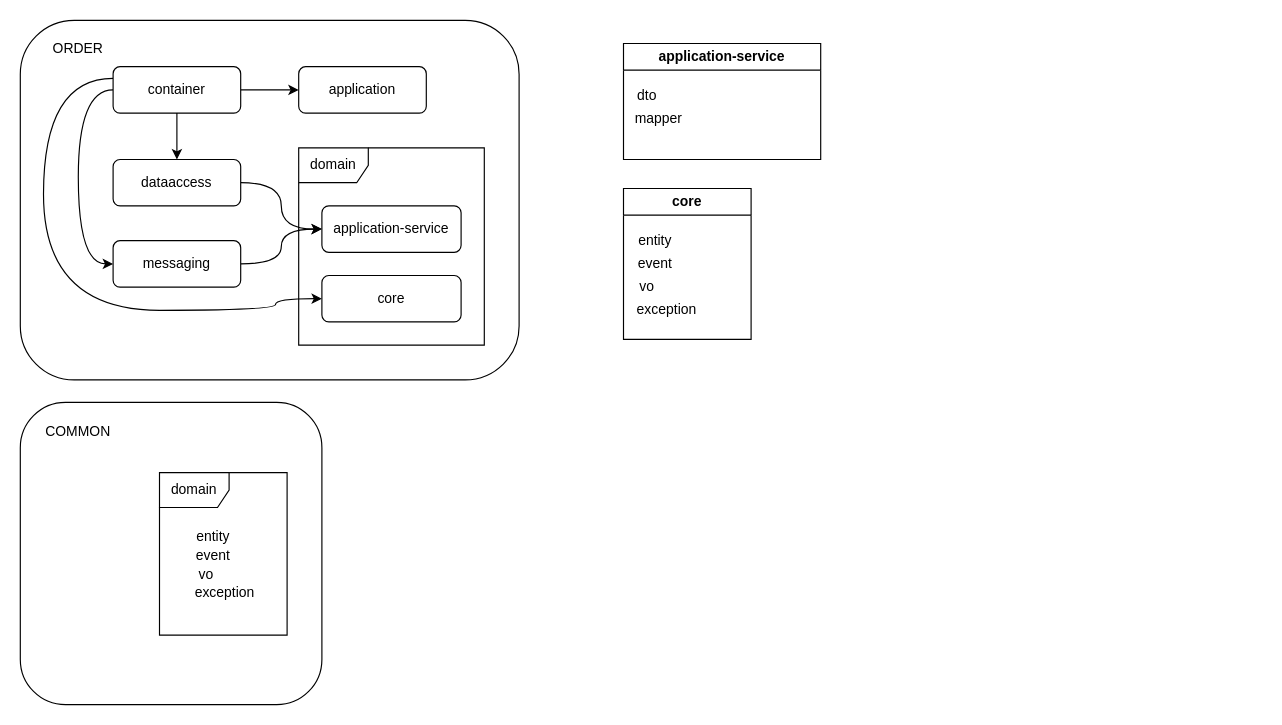
This is jays-fos-blueprint1.drawio from jays-codes/diagrams, a draw.io file, before an edit. Source tidied: cells renumbered, new cells numbered last; positions are measured from the earlier drawing's top-left corner, leaving out a move shared by most shapes. Both pictures are drawn from the tidied source at 116%, with x=0, y=0 at pixel (20, 20).
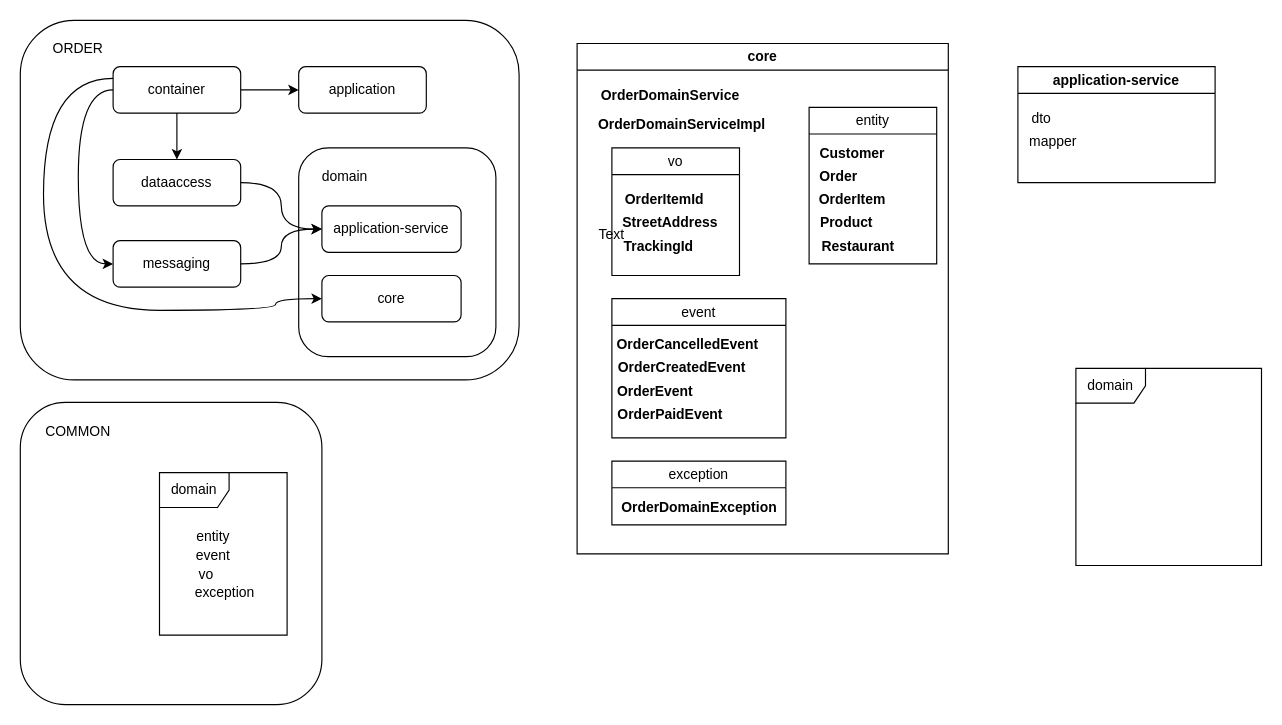
After the change.

Unchanged cells that the change refers to:
```xml
<mxCell id="18" value="dataaccess" style="rounded=1;whiteSpace=wrap;html=1;" parent="1" vertex="1">
  <mxGeometry x="80" y="120" width="110" height="40" as="geometry" />
</mxCell>
<mxCell id="20" value="messaging" style="rounded=1;whiteSpace=wrap;html=1;" parent="1" vertex="1">
  <mxGeometry x="80" y="190" width="110" height="40" as="geometry" />
</mxCell>
```

The edit, as a diff of the source:
```diff
@@
     <mxCell id="2" value="application-service" style="swimlane;whiteSpace=wrap;html=1;" parent="1" vertex="1">
-      <mxGeometry x="520" y="20" width="170" height="100" as="geometry" />
+      <mxGeometry x="860" y="40" width="170" height="100" as="geometry" />
     </mxCell>
@@
-    <mxCell id="5" value="core" style="swimlane;whiteSpace=wrap;html=1;" parent="1" vertex="1">
-      <mxGeometry x="520" y="145" width="110" height="130" as="geometry" />
-    </mxCell>
-    <mxCell id="6" value="entity" style="text;html=1;align=center;verticalAlign=middle;strokeColor=none;fillColor=none;" parent="5" vertex="1">
-      <mxGeometry x="2" y="30" width="50" height="30" as="geometry" />
-    </mxCell>
-    <mxCell id="7" value="event" style="text;html=1;align=center;verticalAlign=middle;strokeColor=none;fillColor=none;" parent="5" vertex="1">
-      <mxGeometry x="2" y="50" width="50" height="30" as="geometry" />
-    </mxCell>
-    <mxCell id="8" value="vo" style="text;html=1;align=center;verticalAlign=middle;strokeColor=none;fillColor=none;" parent="5" vertex="1">
-      <mxGeometry y="70" width="40" height="30" as="geometry" />
-    </mxCell>
-    <mxCell id="9" value="exception" style="text;html=1;align=center;verticalAlign=middle;strokeColor=none;fillColor=none;" parent="5" vertex="1">
-      <mxGeometry x="2" y="90" width="70" height="30" as="geometry" />
-    </mxCell>
@@
-    <mxCell id="14" style="edgeStyle=orthogonalEdgeStyle;rounded=0;orthogonalLoop=1;jettySize=auto;html=1;exitX=0;exitY=0.5;exitDx=0;exitDy=0;curved=1;" parent="1" edge="1">
-      <mxGeometry relative="1" as="geometry">
-        <mxPoint x="80" y="50" as="sourcePoint" />
-        <mxPoint x="260" y="240" as="targetPoint" />
-        <Array as="points">
-          <mxPoint x="20" y="50" />
-          <mxPoint x="20" y="250" />
-          <mxPoint x="220" y="250" />
-          <mxPoint x="220" y="240" />
-        </Array>
-      </mxGeometry>
-    </mxCell>
@@
-    <mxCell id="17" style="edgeStyle=orthogonalEdgeStyle;rounded=0;jettySize=auto;html=1;exitX=1;exitY=0.5;exitDx=0;exitDy=0;entryX=0;entryY=0.5;entryDx=0;entryDy=0;curved=1;" parent="1" edge="1" source="18" target="23">
-      <mxGeometry relative="1" as="geometry" />
-    </mxCell>
@@
-    <mxCell id="19" style="edgeStyle=orthogonalEdgeStyle;rounded=0;jettySize=auto;html=1;exitX=1;exitY=0.5;exitDx=0;exitDy=0;curved=1;entryX=0;entryY=0.5;entryDx=0;entryDy=0;" parent="1" edge="1" source="20" target="23">
-      <mxGeometry relative="1" as="geometry" />
-    </mxCell>
@@
-    <mxCell id="21" style="group;" parent="1" vertex="1">
-      <mxGeometry x="240" y="110" width="160" height="170" as="geometry" />
-    </mxCell>
-    <mxCell id="22" value="core" style="rounded=1;whiteSpace=wrap;html=1;" parent="21" vertex="1">
-      <mxGeometry x="20" y="110" width="120" height="40" as="geometry" />
-    </mxCell>
-    <mxCell id="23" value="application-service" style="rounded=1;whiteSpace=wrap;html=1;" parent="21" vertex="1">
-      <mxGeometry x="20" y="50" width="120" height="40" as="geometry" />
-    </mxCell>
-    <mxCell id="24" value="domain" style="shape=umlFrame;whiteSpace=wrap;html=1;" parent="21" vertex="1">
-      <mxGeometry width="160" height="170" as="geometry" />
-    </mxCell>
@@
+    <mxCell id="34" style="rounded=1;whiteSpace=wrap;html=1;" parent="1" vertex="1">
+      <mxGeometry x="240" y="110" width="170" height="180" as="geometry" />
+    </mxCell>
@@
+    <mxCell id="5" value="core" style="swimlane;whiteSpace=wrap;html=1;" parent="1" vertex="1">
+      <mxGeometry x="480" y="20" width="320" height="440" as="geometry" />
+    </mxCell>
+    <mxCell id="8" value="&lt;span style=&quot;font-weight: normal;&quot;&gt;vo&lt;/span&gt;" style="swimlane;whiteSpace=wrap;html=1;align=center;" parent="5" vertex="1">
+      <mxGeometry x="30" y="90" width="110" height="110" as="geometry" />
+    </mxCell>
+    <mxCell id="35" value="OrderItemId" style="text;html=1;align=center;verticalAlign=middle;strokeColor=none;fillColor=none;fontStyle=1;" parent="8" vertex="1">
+      <mxGeometry y="30" width="90" height="30" as="geometry" />
+    </mxCell>
+    <mxCell id="36" value="TrackingId" style="text;html=1;align=center;verticalAlign=middle;strokeColor=none;fillColor=none;fontStyle=1;" parent="8" vertex="1">
+      <mxGeometry y="70" width="80" height="30" as="geometry" />
+    </mxCell>
+    <mxCell id="37" value="StreetAddress" style="text;html=1;align=center;verticalAlign=middle;strokeColor=none;fillColor=none;fontStyle=1;" parent="8" vertex="1">
+      <mxGeometry y="50" width="100" height="30" as="geometry" />
+    </mxCell>
+    <mxCell id="7" value="&lt;span style=&quot;font-weight: normal;&quot;&gt;event&lt;/span&gt;" style="swimlane;whiteSpace=wrap;html=1;align=center;" parent="5" vertex="1">
+      <mxGeometry x="30" y="220" width="150" height="120" as="geometry" />
+    </mxCell>
+    <mxCell id="38" value="OrderCancelledEvent" style="text;html=1;align=center;verticalAlign=middle;strokeColor=none;fillColor=none;fontStyle=1;" parent="7" vertex="1">
+      <mxGeometry x="-5" y="25" width="140" height="30" as="geometry" />
+    </mxCell>
+    <mxCell id="39" value="OrderEvent" style="text;html=1;align=center;verticalAlign=middle;strokeColor=none;fillColor=none;fontStyle=1;" parent="7" vertex="1">
+      <mxGeometry x="-3" y="65" width="80" height="30" as="geometry" />
+    </mxCell>
+    <mxCell id="40" value="OrderCreatedEvent" style="text;html=1;align=center;verticalAlign=middle;strokeColor=none;fillColor=none;fontStyle=1;" parent="7" vertex="1">
+      <mxGeometry x="-5" y="45" width="130" height="30" as="geometry" />
+    </mxCell>
+    <mxCell id="41" value="OrderPaidEvent" style="text;html=1;align=center;verticalAlign=middle;strokeColor=none;fillColor=none;fontStyle=1;" parent="7" vertex="1">
+      <mxGeometry x="-5" y="85" width="110" height="30" as="geometry" />
+    </mxCell>
+    <mxCell id="9" value="&lt;span style=&quot;font-weight: normal;&quot;&gt;exception&lt;/span&gt;" style="swimlane;whiteSpace=wrap;html=1;align=center;" parent="5" vertex="1">
+      <mxGeometry x="30" y="360" width="150" height="55" as="geometry" />
+    </mxCell>
+    <mxCell id="42" value="OrderDomainException" style="text;html=1;align=center;verticalAlign=middle;strokeColor=none;fillColor=none;fontStyle=1;" parent="9" vertex="1">
+      <mxGeometry y="25" width="150" height="30" as="geometry" />
+    </mxCell>
+    <mxCell id="6" value="&lt;span style=&quot;font-weight: normal;&quot;&gt;entity&lt;/span&gt;" style="swimlane;whiteSpace=wrap;html=1;align=center;" parent="5" vertex="1">
+      <mxGeometry x="200" y="55" width="110" height="135" as="geometry" />
+    </mxCell>
+    <mxCell id="43" value="Customer" style="text;html=1;align=center;verticalAlign=middle;strokeColor=none;fillColor=none;fontStyle=1;" parent="6" vertex="1">
+      <mxGeometry x="-3" y="25" width="80" height="30" as="geometry" />
+    </mxCell>
+    <mxCell id="44" value="OrderItem" style="text;html=1;align=center;verticalAlign=middle;strokeColor=none;fillColor=none;fontStyle=1;" parent="6" vertex="1">
+      <mxGeometry x="-3" y="65" width="80" height="30" as="geometry" />
+    </mxCell>
+    <mxCell id="45" value="Order" style="text;html=1;align=center;verticalAlign=middle;strokeColor=none;fillColor=none;fontStyle=1;" parent="6" vertex="1">
+      <mxGeometry y="45" width="50" height="30" as="geometry" />
+    </mxCell>
+    <mxCell id="46" value="Product" style="text;html=1;align=center;verticalAlign=middle;strokeColor=none;fillColor=none;fontStyle=1;" parent="6" vertex="1">
+      <mxGeometry x="2" y="85" width="60" height="30" as="geometry" />
+    </mxCell>
+    <mxCell id="47" value="Restaurant" style="text;html=1;align=center;verticalAlign=middle;strokeColor=none;fillColor=none;fontStyle=1;" parent="6" vertex="1">
+      <mxGeometry x="2" y="105" width="80" height="30" as="geometry" />
+    </mxCell>
+    <mxCell id="48" value="OrderDomainService" style="text;html=1;align=center;verticalAlign=middle;strokeColor=none;fillColor=none;fontStyle=1;" parent="5" vertex="1">
+      <mxGeometry x="10" y="30" width="140" height="30" as="geometry" />
+    </mxCell>
+    <mxCell id="49" value="OrderDomainServiceImpl" style="text;html=1;align=center;verticalAlign=middle;strokeColor=none;fillColor=none;fontStyle=1;" parent="5" vertex="1">
+      <mxGeometry x="10" y="55" width="160" height="30" as="geometry" />
+    </mxCell>
+    <mxCell id="50" value="Text" style="text;html=1;align=center;verticalAlign=middle;whiteSpace=wrap;rounded=0;" parent="1" vertex="1">
+      <mxGeometry x="480" y="170" width="60" height="30" as="geometry" />
+    </mxCell>
+    <mxCell id="51" style="group;" parent="1" vertex="1">
+      <mxGeometry x="870" y="150" width="200" height="320" as="geometry" />
+    </mxCell>
+    <mxCell id="24" value="domain" style="shape=umlFrame;whiteSpace=wrap;html=1;" parent="51" vertex="1">
+      <mxGeometry x="40" y="150" width="160" height="170" as="geometry" />
+    </mxCell>
+    <mxCell id="22" value="core" style="rounded=1;whiteSpace=wrap;html=1;" parent="1" vertex="1">
+      <mxGeometry x="260" y="220" width="120" height="40" as="geometry" />
+    </mxCell>
+    <mxCell id="23" value="application-service" style="rounded=1;whiteSpace=wrap;html=1;" parent="1" vertex="1">
+      <mxGeometry x="260" y="160" width="120" height="40" as="geometry" />
+    </mxCell>
+    <mxCell id="52" value="domain" style="text;html=1;align=center;verticalAlign=middle;whiteSpace=wrap;rounded=0;" parent="1" vertex="1">
+      <mxGeometry x="250" y="120" width="60" height="30" as="geometry" />
+    </mxCell>
+    <mxCell id="14" style="edgeStyle=orthogonalEdgeStyle;rounded=0;orthogonalLoop=1;jettySize=auto;html=1;exitX=0;exitY=0.5;exitDx=0;exitDy=0;curved=1;" parent="1" edge="1">
+      <mxGeometry relative="1" as="geometry">
+        <mxPoint x="80" y="50" as="sourcePoint" />
+        <mxPoint x="260" y="240" as="targetPoint" />
+        <Array as="points">
+          <mxPoint x="20" y="50" />
+          <mxPoint x="20" y="250" />
+          <mxPoint x="220" y="250" />
+          <mxPoint x="220" y="240" />
+        </Array>
+      </mxGeometry>
+    </mxCell>
+    <mxCell id="19" style="edgeStyle=orthogonalEdgeStyle;rounded=0;jettySize=auto;html=1;exitX=1;exitY=0.5;exitDx=0;exitDy=0;curved=1;entryX=0;entryY=0.5;entryDx=0;entryDy=0;" parent="1" edge="1" source="20" target="23">
+      <mxGeometry relative="1" as="geometry" />
+    </mxCell>
+    <mxCell id="17" style="edgeStyle=orthogonalEdgeStyle;rounded=0;jettySize=auto;html=1;exitX=1;exitY=0.5;exitDx=0;exitDy=0;entryX=0;entryY=0.5;entryDx=0;entryDy=0;curved=1;" parent="1" edge="1" source="18" target="23">
+      <mxGeometry relative="1" as="geometry" />
+    </mxCell>
```
